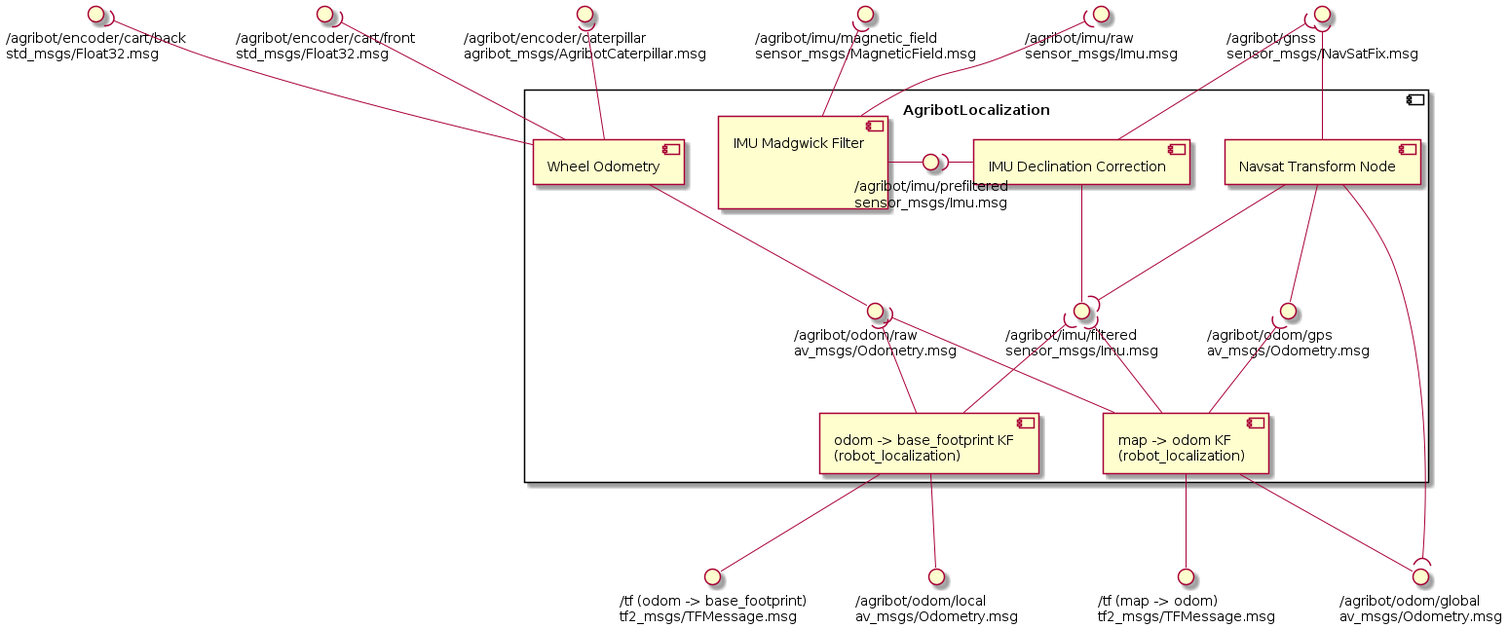
Before: doc/component_diagram/component_diagram.png, a diagram exported from PlantUML (agribot-2-0/agribot_localization).
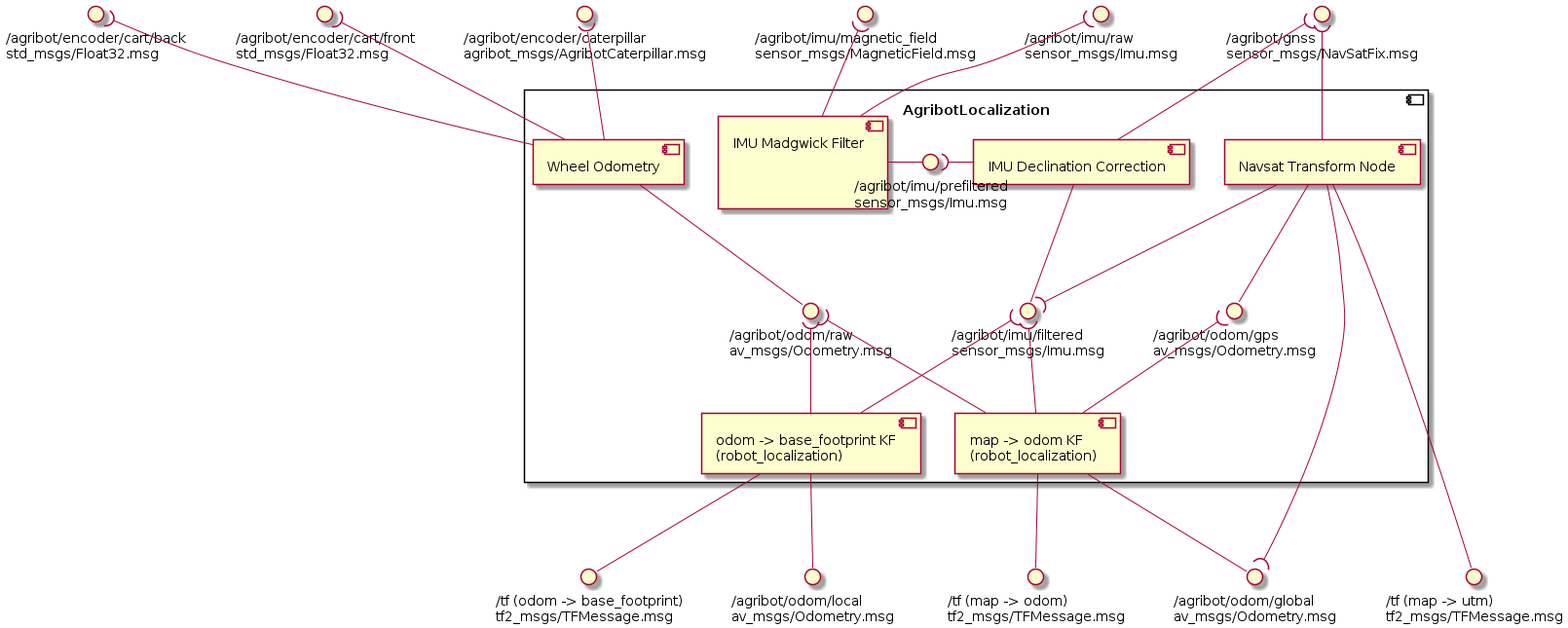
Above is the later version.

Commit message:
Add map->utm transform to component diagram

The edit, as a diff of the source:
```diff
@@ -11,6 +11,7 @@
 interface "/tf (odom -> base_footprint)\ntf2_msgs/TFMessage.msg" as odom_base_tf
 interface "/agribot/odom/local\nav_msgs/Odometry.msg" as odom_local
 interface "/tf (map -> odom)\ntf2_msgs/TFMessage.msg" as map_odom_tf
+interface "/tf (map -> utm)\ntf2_msgs/TFMessage.msg" as map_utm_tf
 
 
 component AgribotLocalization {
@@ -56,6 +57,8 @@
 WheelOdometry -up-( encoder_cart_front
 WheelOdometry -up-( encoder_cart_back
 
+NavsatTransform --down-- map_utm_tf
+
 LocalKf -down- odom_base_tf
 LocalKf -down- odom_local
 
```
